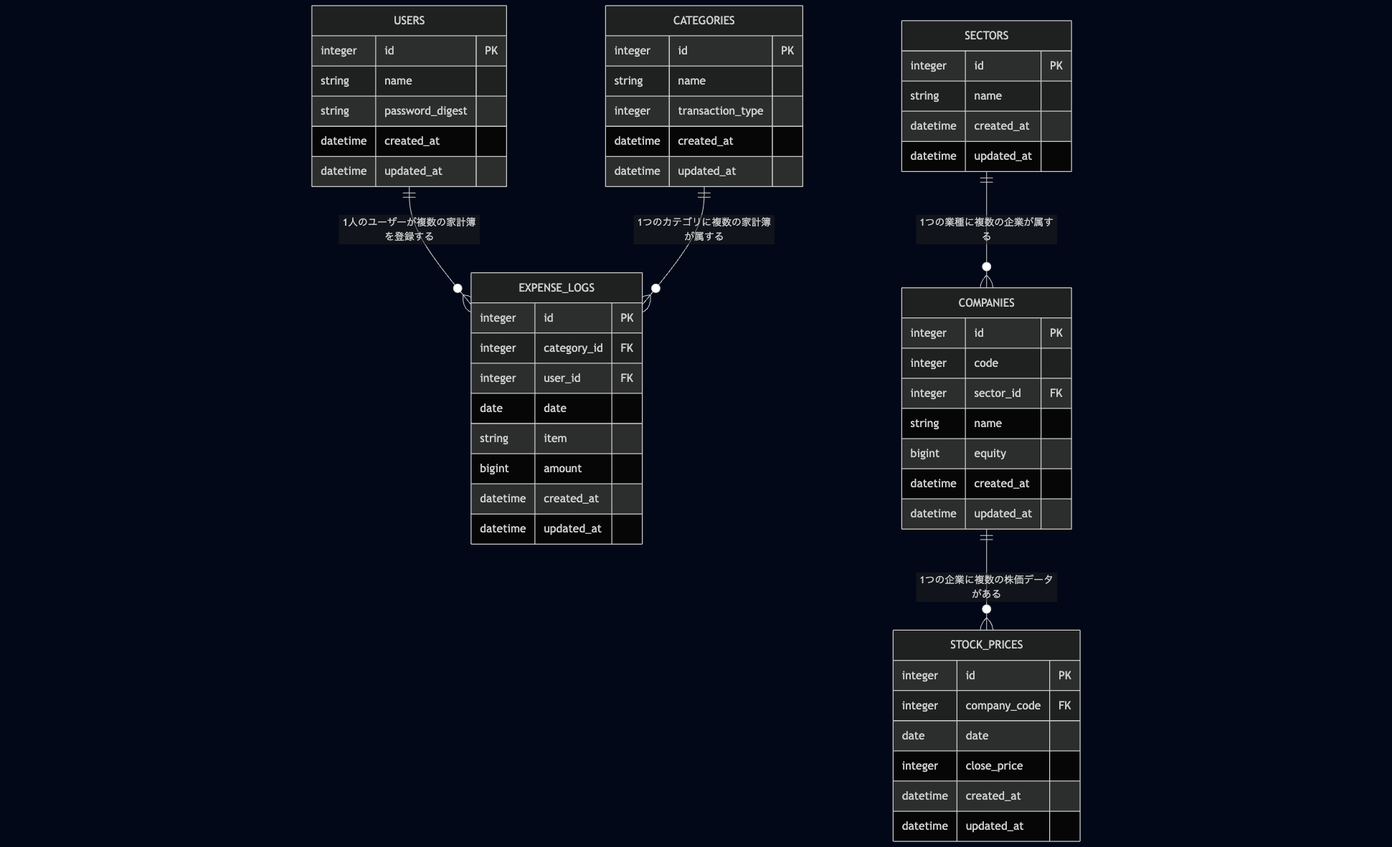
poppuko-n/MoneyManagement keeps this Mermaid diagram as document/img/er_diagram.png. Above is the earlier version. Its source is kept beside it as document/img/er_diagram.mmd.
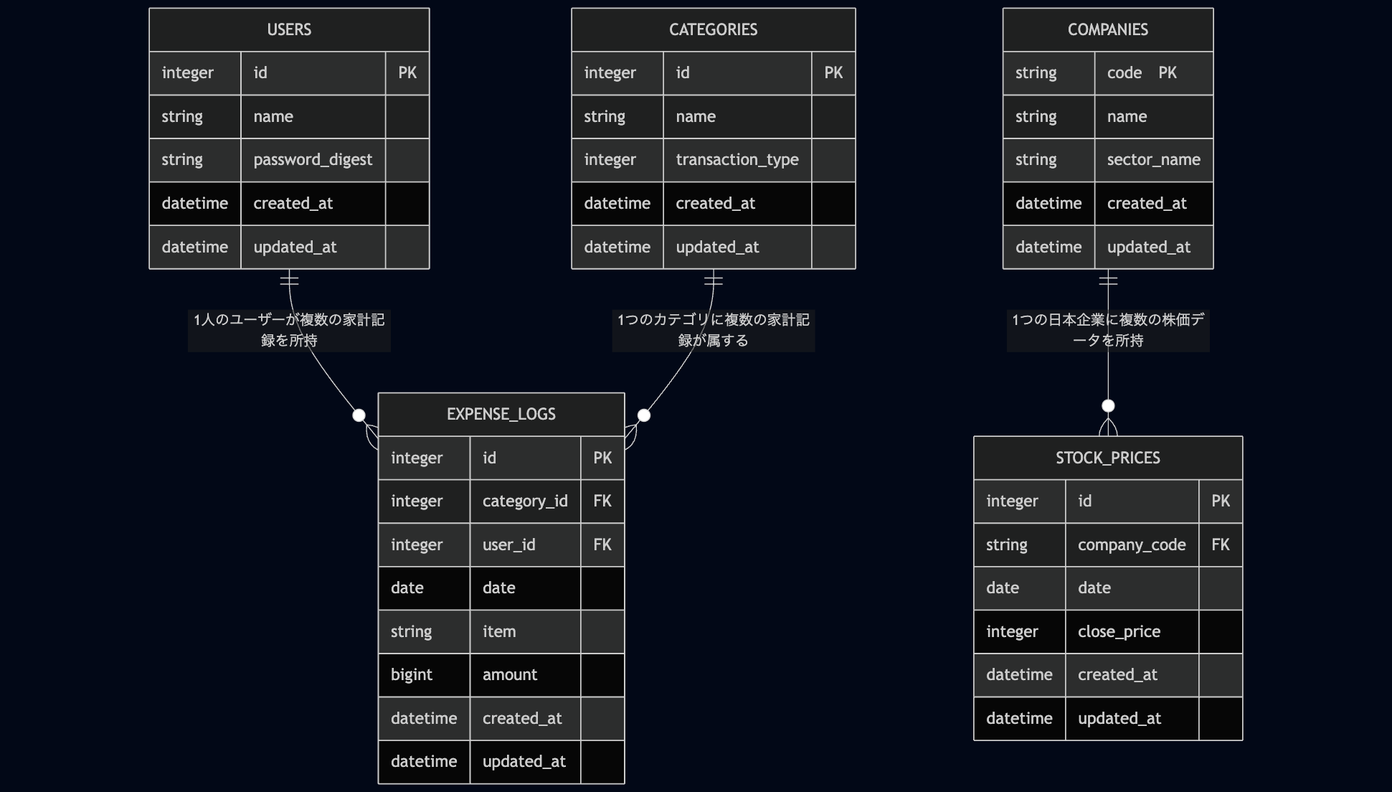
Later version of the same file.

The edit, as a diff of the source:
```diff
@@ -1,8 +1,7 @@
 erDiagram
-  USERS ||--o{ EXPENSE_LOGS : "1人のユーザーが複数の家計簿を登録する"
-  CATEGORIES ||--o{ EXPENSE_LOGS : "1つのカテゴリに複数の家計簿が属する"
-  SECTORS ||--o{ COMPANIES : "1つの業種に複数の企業が属する"
-  COMPANIES ||--o{ STOCK_PRICES : "1つの企業に複数の株価データがある"
+  USERS ||--o{ EXPENSE_LOGS : "1人のユーザーが複数の家計記録を所持"
+  CATEGORIES ||--o{ EXPENSE_LOGS : "1つのカテゴリに複数の家計記録が属する"
+  COMPANIES ||--o{ STOCK_PRICES : "1つの日本企業に複数の株価データを所持"
 
   USERS {
     integer id PK
@@ -31,26 +30,17 @@
     datetime updated_at
   }
 
-  SECTORS {
-    integer id PK
+  COMPANIES {
+    string code　PK
     string name
-    datetime created_at
-    datetime updated_at
-  }
-
-  COMPANIES {
-    integer id PK
-    integer code
-    integer sector_id FK
-    string name
-    bigint equity
+    string sector_name
     datetime created_at
     datetime updated_at
   }
 
   STOCK_PRICES {
     integer id PK
-    integer company_code FK
+    string company_code FK
     date date
     integer close_price
     datetime created_at
```
